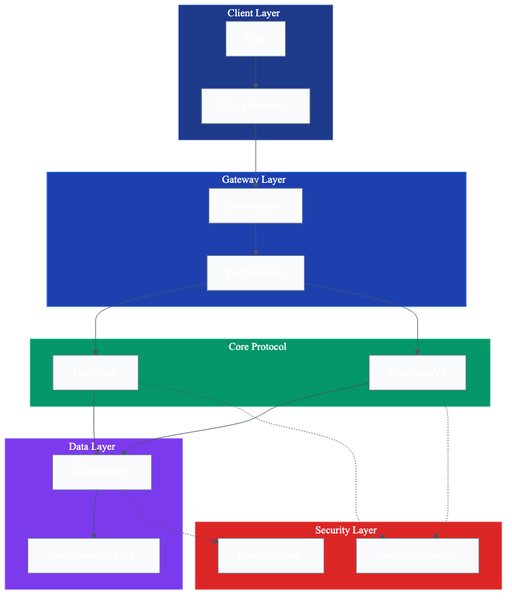
Earlier version of the Mermaid export docs/diagrams/ARCH_SYSTEM.png (guglxni/the-fixer-hook). Its source is kept beside it as docs/diagrams/ARCH_SYSTEM.mmd.
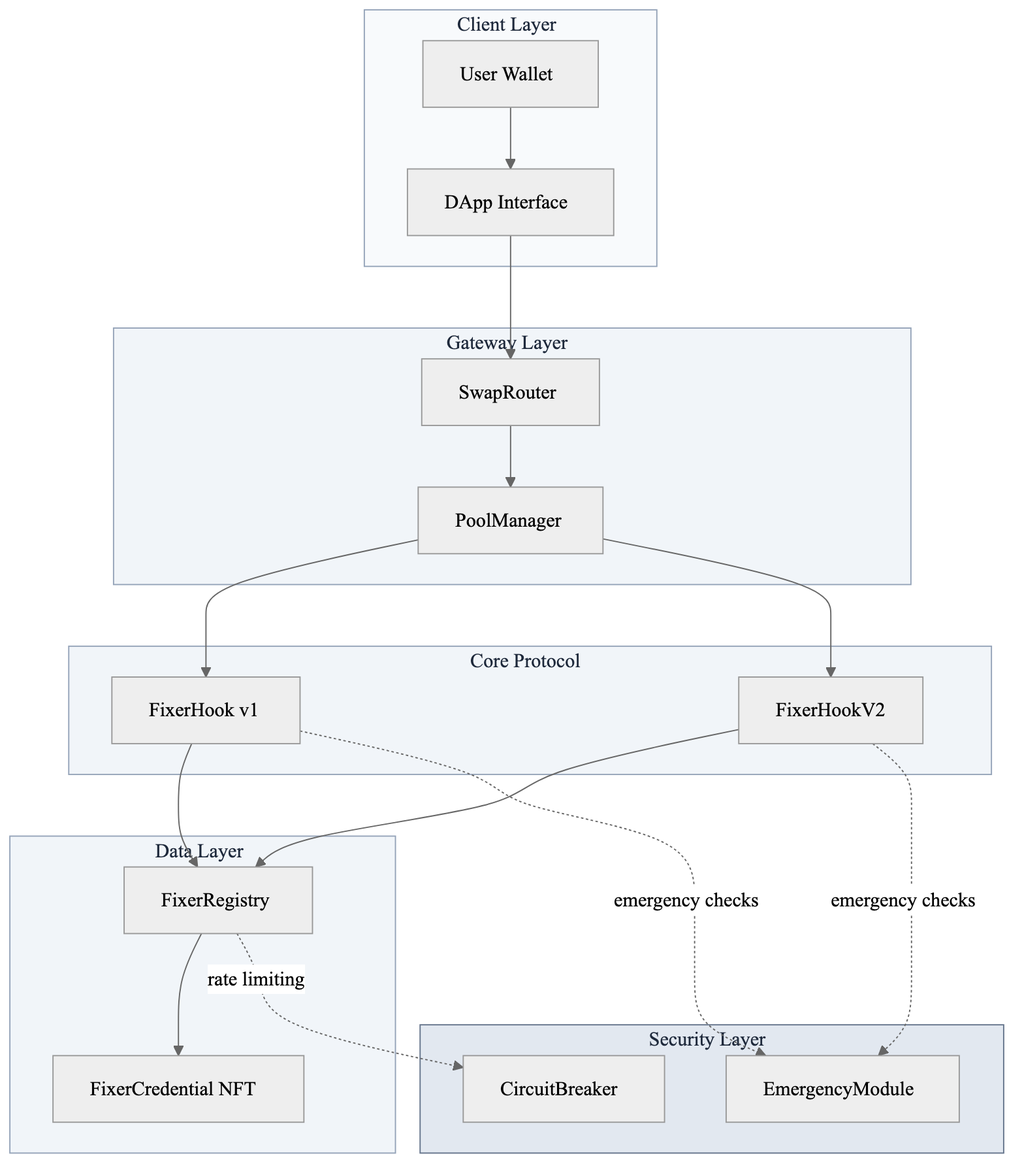
Later version of the same file.

The edit, as a diff of the source:
```diff
@@ -1,64 +1,44 @@
-%%{init: {'theme': 'base', 'themeVariables': {
-  'primaryColor': '#1e3a8a',
-  'primaryTextColor': '#ffffff',
-  'primaryBorderColor': '#1e40af',
-  'lineColor': '#475569',
-  'secondaryColor': '#e2e8f0',
-  'tertiaryColor': '#cbd5e1',
-  'background': '#ffffff',
-  'mainBkg': '#f8fafc',
-  'nodeBorder': '#64748b',
-  'clusterBkg': '#f1f5f9',
-  'clusterBorder': '#94a3b8',
-  'titleColor': '#0f172a',
-  'edgeLabelBackground': '#ffffff',
-  'fontFamily': 'Inter, system-ui, sans-serif'
-}}}%%
+%%{init: {'theme': 'neutral', 'themeVariables': {'fontFamily': 'Inter, system-ui, sans-serif'}}}%%
 flowchart TB
     subgraph CLIENT["Client Layer"]
-      direction LR
-      C1["User"]
-      C2["DApp Interface"]
+        C1["User Wallet"]
+        C2["DApp Interface"]
     end
 
     subgraph GATEWAY["Gateway Layer"]
-      direction LR
-      G1["SwapRouter"]
-      G2["PoolManager"]
+        G1["SwapRouter"]
+        G2["PoolManager"]
     end
 
     subgraph CORE["Core Protocol"]
-      direction LR
-      O1["FixerHook"]
-      O2["FixerHookV2"]
+        H1["FixerHook v1"]
+        H2["FixerHookV2"]
     end
 
     subgraph DATA["Data Layer"]
-      direction LR
-      D1["FixerRegistry"]
-      D2["FixerCredential NFT"]
+        D1["FixerRegistry"]
+        D2["FixerCredential NFT"]
     end
 
     subgraph SECURITY["Security Layer"]
-      direction LR
-      S1["EmergencyModule"]
-      S2["CircuitBreaker"]
+        S1["EmergencyModule"]
+        S2["CircuitBreaker"]
     end
 
     C1 --> C2
     C2 --> G1
     G1 --> G2
-    G2 --> O1
-    G2 --> O2
-    O1 --> D1
-    O2 --> D1
+    G2 --> H1
+    G2 --> H2
+    H1 --> D1
+    H2 --> D1
     D1 --> D2
-    O1 -.-> S1
-    O2 -.-> S1
-    D1 -.-> S2
+    H1 -.->|emergency checks| S1
+    H2 -.->|emergency checks| S1
+    D1 -.->|rate limiting| S2
 
-    style CLIENT fill:#1e3a8a,color:#fff,stroke:#1e40af
-    style GATEWAY fill:#1e40af,color:#fff,stroke:#3b82f6
-    style CORE fill:#059669,color:#fff,stroke:#10b981
-    style DATA fill:#7c3aed,color:#fff,stroke:#8b5cf6
-    style SECURITY fill:#dc2626,color:#fff,stroke:#ef4444
+    style CLIENT fill:#f8fafc,stroke:#94a3b8,color:#1e293b
+    style GATEWAY fill:#f1f5f9,stroke:#94a3b8,color:#1e293b
+    style CORE fill:#f1f5f9,stroke:#94a3b8,color:#1e293b
+    style DATA fill:#f1f5f9,stroke:#94a3b8,color:#1e293b
+    style SECURITY fill:#e2e8f0,stroke:#64748b,color:#1e293b
```
